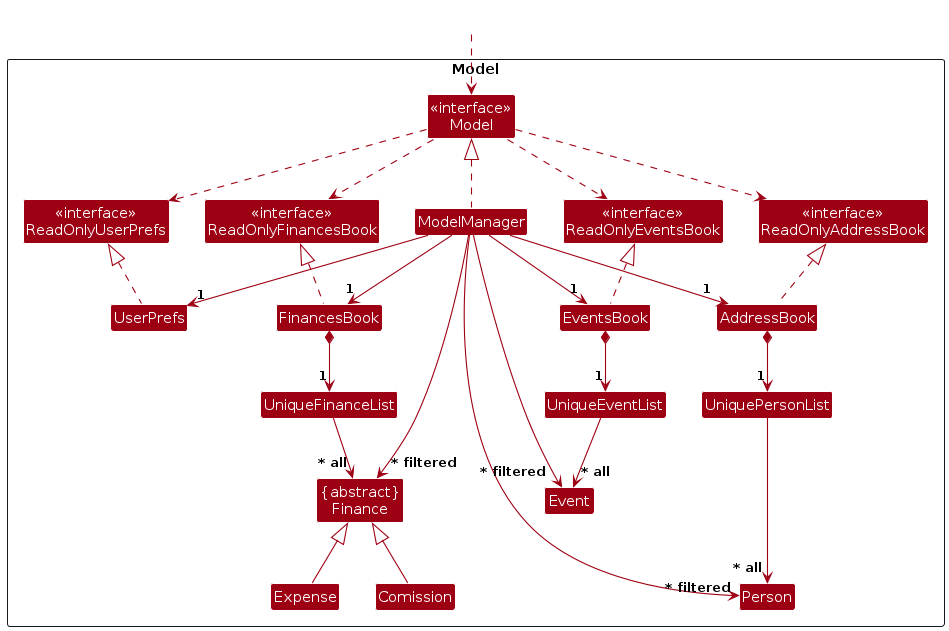
Before: diagrams/ModelClassDiagram.png, a diagram exported from PlantUML (dloh2236/tp). Its source is kept beside it as diagrams/ModelClassDiagram.puml.
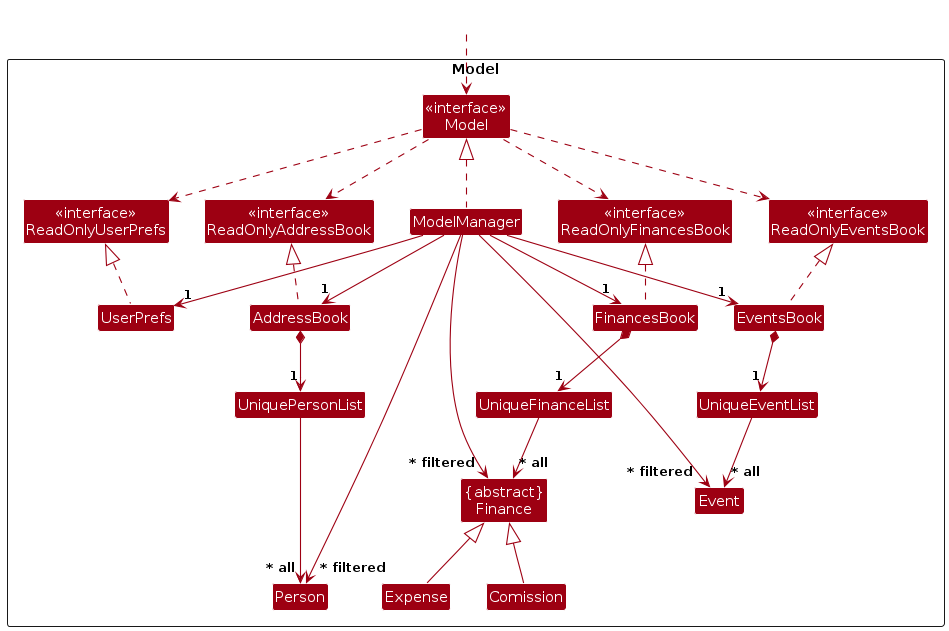
Above is the later version.

The edit, as a diff of the source:
```diff
@@ -65,6 +65,6 @@
 
 ModelManager --> "~* filtered" Person
 ModelManager --> "~* filtered" Event
-ModelManager --> "~* filtered" Finance
+ModelManager -right-> "~* filtered" Finance
 
 @enduml
```
